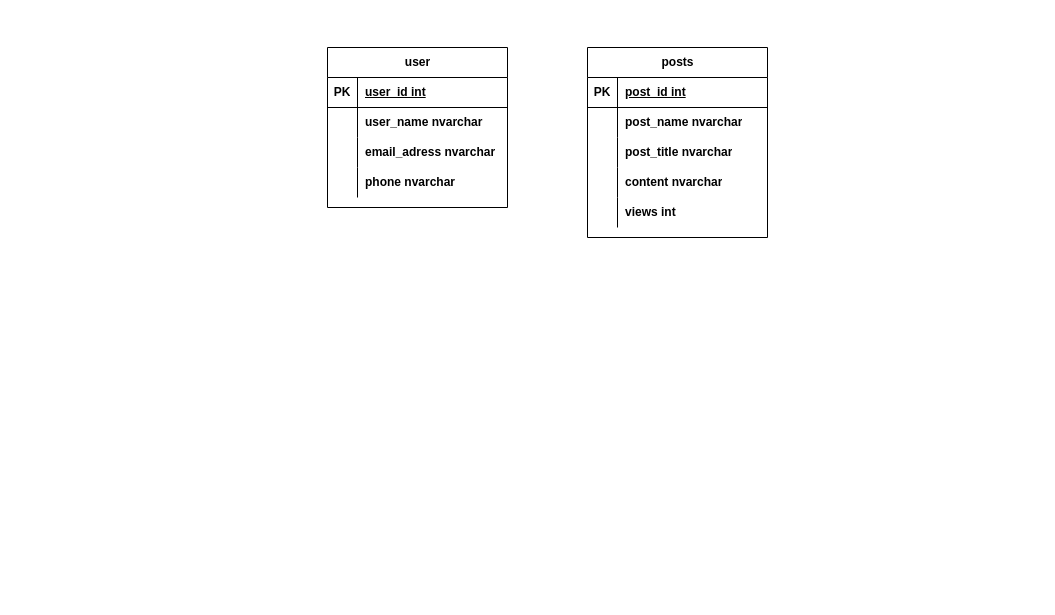
vantin97/hvtblog keeps this draw.io diagram as Untitled Diagram.drawio. Above is the earlier version. Source tidied: cells renumbered, new cells numbered last; positions are measured from the earlier drawing's top-left corner, leaving out a move shared by most shapes. Both pictures are drawn from the tidied source at 100%, with x=0, y=0 at pixel (327, 47).
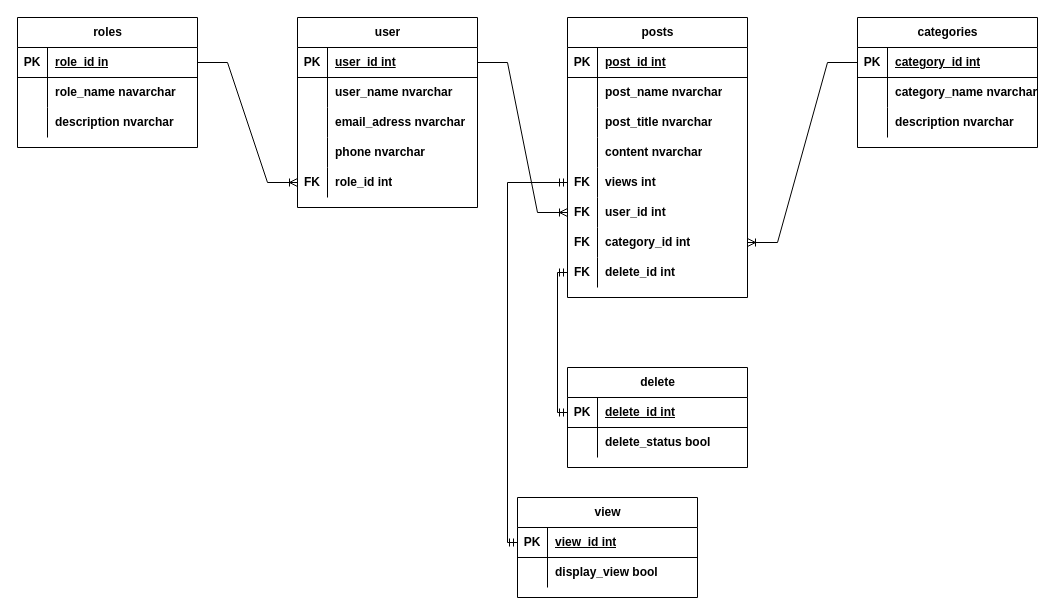
The same diagram, later.

Unchanged cells that the change refers to:
```xml
<mxCell id="3" style="shape=tableRow;horizontal=0;startSize=0;swimlaneHead=0;swimlaneBody=0;fillColor=none;points=[[0,0.5],[1,0.5]];portConstraint=eastwest;top=0;left=0;right=0;bottom=1;rounded=0;shadow=0;glass=0;labelBackgroundColor=none;labelBorderColor=none;sketch=0;strokeColor=default;html=1;" parent="2" vertex="1">
  <mxGeometry y="30" width="180" height="30" as="geometry" />
</mxCell>
<mxCell id="28" style="shape=tableRow;horizontal=0;startSize=0;swimlaneHead=0;swimlaneBody=0;fillColor=none;points=[[0,0.5],[1,0.5]];portConstraint=eastwest;top=0;left=0;right=0;bottom=0;rounded=0;shadow=0;glass=0;labelBackgroundColor=none;labelBorderColor=none;sketch=0;strokeColor=default;html=1;" parent="15" vertex="1">
  <mxGeometry y="150" width="180" height="30" as="geometry" />
</mxCell>
```

What changed in the source:
```diff
@@
     <mxCell id="2" value="user" style="shape=table;startSize=30;childLayout=tableLayout;rowLines=0;fontStyle=1;align=center;rounded=0;shadow=0;glass=0;labelBackgroundColor=none;labelBorderColor=none;sketch=0;strokeColor=default;fillColor=none;gradientColor=none;html=1;" parent="1" vertex="1">
-      <mxGeometry width="180" height="160" as="geometry" />
+      <mxGeometry x="-30" y="-30" width="180" height="190" as="geometry" />
     </mxCell>
@@
+    <mxCell id="31" style="shape=tableRow;horizontal=0;startSize=0;swimlaneHead=0;swimlaneBody=0;fillColor=none;points=[[0,0.5],[1,0.5]];portConstraint=eastwest;top=0;left=0;right=0;bottom=0;rounded=0;shadow=0;glass=0;labelBackgroundColor=none;labelBorderColor=none;sketch=0;strokeColor=default;html=1;" parent="2" vertex="1">
+      <mxGeometry y="150" width="180" height="30" as="geometry" />
+    </mxCell>
+    <mxCell id="32" value="FK" style="shape=partialRectangle;fillColor=none;top=0;left=0;bottom=0;right=0;overflow=hidden;rounded=0;shadow=0;glass=0;labelBackgroundColor=none;labelBorderColor=none;sketch=0;strokeColor=default;html=1;fontStyle=1;" parent="31" vertex="1">
+      <mxGeometry width="30" height="30" as="geometry" />
+    </mxCell>
+    <mxCell id="33" value="role_id int" style="shape=partialRectangle;fillColor=none;top=0;left=0;bottom=0;right=0;align=left;spacingLeft=6;overflow=hidden;rounded=0;shadow=0;glass=0;labelBackgroundColor=none;labelBorderColor=none;sketch=0;strokeColor=default;html=1;fontStyle=1;" parent="31" vertex="1">
+      <mxGeometry x="30" width="150" height="30" as="geometry" />
+    </mxCell>
     <mxCell id="15" value="posts" style="shape=table;startSize=30;childLayout=tableLayout;rowLines=0;fontStyle=1;align=center;rounded=0;shadow=0;glass=0;labelBackgroundColor=none;labelBorderColor=none;sketch=0;strokeColor=default;fillColor=none;gradientColor=none;html=1;" parent="1" vertex="1">
-      <mxGeometry x="260" width="180" height="190" as="geometry" />
+      <mxGeometry x="240" y="-30" width="180" height="280" as="geometry" />
     </mxCell>
@@
-    <mxCell id="29" style="shape=partialRectangle;fillColor=none;top=0;left=0;bottom=0;right=0;overflow=hidden;rounded=0;shadow=0;glass=0;labelBackgroundColor=none;labelBorderColor=none;sketch=0;strokeColor=default;html=1;" parent="28" vertex="1">
+    <mxCell id="29" value="&lt;b&gt;FK&lt;/b&gt;" style="shape=partialRectangle;fillColor=none;top=0;left=0;bottom=0;right=0;overflow=hidden;rounded=0;shadow=0;glass=0;labelBackgroundColor=none;labelBorderColor=none;sketch=0;strokeColor=default;html=1;" parent="28" vertex="1">
       <mxGeometry width="30" height="30" as="geometry" />
     </mxCell>
@@
+    <mxCell id="34" style="shape=tableRow;horizontal=0;startSize=0;swimlaneHead=0;swimlaneBody=0;fillColor=none;points=[[0,0.5],[1,0.5]];portConstraint=eastwest;top=0;left=0;right=0;bottom=0;rounded=0;shadow=0;glass=0;labelBackgroundColor=none;labelBorderColor=none;sketch=0;strokeColor=default;html=1;" parent="15" vertex="1">
+      <mxGeometry y="180" width="180" height="30" as="geometry" />
+    </mxCell>
+    <mxCell id="35" value="&lt;b&gt;FK&lt;/b&gt;" style="shape=partialRectangle;fillColor=none;top=0;left=0;bottom=0;right=0;overflow=hidden;rounded=0;shadow=0;glass=0;labelBackgroundColor=none;labelBorderColor=none;sketch=0;strokeColor=default;html=1;" parent="34" vertex="1">
+      <mxGeometry width="30" height="30" as="geometry" />
+    </mxCell>
+    <mxCell id="36" value="user_id int" style="shape=partialRectangle;fillColor=none;top=0;left=0;bottom=0;right=0;align=left;spacingLeft=6;overflow=hidden;rounded=0;shadow=0;glass=0;labelBackgroundColor=none;labelBorderColor=none;sketch=0;strokeColor=default;html=1;fontStyle=1;" parent="34" vertex="1">
+      <mxGeometry x="30" width="150" height="30" as="geometry" />
+    </mxCell>
+    <mxCell id="37" style="shape=tableRow;horizontal=0;startSize=0;swimlaneHead=0;swimlaneBody=0;fillColor=none;points=[[0,0.5],[1,0.5]];portConstraint=eastwest;top=0;left=0;right=0;bottom=0;rounded=0;shadow=0;glass=0;labelBackgroundColor=none;labelBorderColor=none;sketch=0;strokeColor=default;html=1;" parent="15" vertex="1">
+      <mxGeometry y="210" width="180" height="30" as="geometry" />
+    </mxCell>
+    <mxCell id="38" value="&lt;b&gt;FK&lt;/b&gt;" style="shape=partialRectangle;fillColor=none;top=0;left=0;bottom=0;right=0;overflow=hidden;rounded=0;shadow=0;glass=0;labelBackgroundColor=none;labelBorderColor=none;sketch=0;strokeColor=default;html=1;" parent="37" vertex="1">
+      <mxGeometry width="30" height="30" as="geometry" />
+    </mxCell>
+    <mxCell id="39" value="category_id int" style="shape=partialRectangle;fillColor=none;top=0;left=0;bottom=0;right=0;align=left;spacingLeft=6;overflow=hidden;rounded=0;shadow=0;glass=0;labelBackgroundColor=none;labelBorderColor=none;sketch=0;strokeColor=default;html=1;fontStyle=1;" parent="37" vertex="1">
+      <mxGeometry x="30" width="150" height="30" as="geometry" />
+    </mxCell>
+    <mxCell id="40" style="shape=tableRow;horizontal=0;startSize=0;swimlaneHead=0;swimlaneBody=0;fillColor=none;points=[[0,0.5],[1,0.5]];portConstraint=eastwest;top=0;left=0;right=0;bottom=0;rounded=0;shadow=0;glass=0;labelBackgroundColor=none;labelBorderColor=none;sketch=0;strokeColor=default;html=1;" parent="15" vertex="1">
+      <mxGeometry y="240" width="180" height="30" as="geometry" />
+    </mxCell>
+    <mxCell id="41" value="&lt;b&gt;FK&lt;/b&gt;" style="shape=partialRectangle;fillColor=none;top=0;left=0;bottom=0;right=0;overflow=hidden;rounded=0;shadow=0;glass=0;labelBackgroundColor=none;labelBorderColor=none;sketch=0;strokeColor=default;html=1;" parent="40" vertex="1">
+      <mxGeometry width="30" height="30" as="geometry" />
+    </mxCell>
+    <mxCell id="42" value="delete_id int" style="shape=partialRectangle;fillColor=none;top=0;left=0;bottom=0;right=0;align=left;spacingLeft=6;overflow=hidden;rounded=0;shadow=0;glass=0;labelBackgroundColor=none;labelBorderColor=none;sketch=0;strokeColor=default;html=1;fontStyle=1;" parent="40" vertex="1">
+      <mxGeometry x="30" width="150" height="30" as="geometry" />
+    </mxCell>
+    <mxCell id="43" value="categories" style="shape=table;startSize=30;childLayout=tableLayout;rowLines=0;fontStyle=1;align=center;rounded=0;shadow=0;glass=0;labelBackgroundColor=none;labelBorderColor=none;sketch=0;strokeColor=default;fillColor=none;gradientColor=none;html=1;" parent="1" vertex="1">
+      <mxGeometry x="530" y="-30" width="180" height="130" as="geometry" />
+    </mxCell>
+    <mxCell id="44" style="shape=tableRow;horizontal=0;startSize=0;swimlaneHead=0;swimlaneBody=0;fillColor=none;points=[[0,0.5],[1,0.5]];portConstraint=eastwest;top=0;left=0;right=0;bottom=1;rounded=0;shadow=0;glass=0;labelBackgroundColor=none;labelBorderColor=none;sketch=0;strokeColor=default;html=1;" parent="43" vertex="1">
+      <mxGeometry y="30" width="180" height="30" as="geometry" />
+    </mxCell>
+    <mxCell id="45" value="PK" style="shape=partialRectangle;fillColor=none;top=0;left=0;bottom=0;right=0;fontStyle=1;overflow=hidden;rounded=0;shadow=0;glass=0;labelBackgroundColor=none;labelBorderColor=none;sketch=0;strokeColor=default;html=1;" parent="44" vertex="1">
+      <mxGeometry width="30" height="30" as="geometry" />
+    </mxCell>
+    <mxCell id="46" value="category_id int" style="shape=partialRectangle;fillColor=none;top=0;left=0;bottom=0;right=0;align=left;spacingLeft=6;fontStyle=5;overflow=hidden;rounded=0;shadow=0;glass=0;labelBackgroundColor=none;labelBorderColor=none;sketch=0;strokeColor=default;html=1;" parent="44" vertex="1">
+      <mxGeometry x="30" width="150" height="30" as="geometry" />
+    </mxCell>
+    <mxCell id="47" style="shape=tableRow;horizontal=0;startSize=0;swimlaneHead=0;swimlaneBody=0;fillColor=none;top=0;left=0;right=0;bottom=0;rounded=0;shadow=0;glass=0;labelBackgroundColor=none;labelBorderColor=none;sketch=0;strokeColor=default;html=1;" parent="43" vertex="1">
+      <mxGeometry y="60" width="180" height="30" as="geometry" />
+    </mxCell>
+    <mxCell id="48" style="shape=partialRectangle;fillColor=none;top=0;left=0;bottom=0;right=0;overflow=hidden;rounded=0;shadow=0;glass=0;labelBackgroundColor=none;labelBorderColor=none;sketch=0;strokeColor=default;html=1;" parent="47" vertex="1">
+      <mxGeometry width="30" height="30" as="geometry" />
+    </mxCell>
+    <mxCell id="49" value="category_name nvarchar" style="shape=partialRectangle;fillColor=none;top=0;left=0;bottom=0;right=0;align=left;spacingLeft=6;overflow=hidden;rounded=0;shadow=0;glass=0;labelBackgroundColor=none;labelBorderColor=none;sketch=0;strokeColor=default;html=1;fontStyle=1;" parent="47" vertex="1">
+      <mxGeometry x="30" width="150" height="30" as="geometry" />
+    </mxCell>
+    <mxCell id="50" style="shape=tableRow;horizontal=0;startSize=0;swimlaneHead=0;swimlaneBody=0;fillColor=none;top=0;left=0;right=0;bottom=0;rounded=0;shadow=0;glass=0;labelBackgroundColor=none;labelBorderColor=none;sketch=0;strokeColor=default;html=1;" parent="43" vertex="1">
+      <mxGeometry y="90" width="180" height="30" as="geometry" />
+    </mxCell>
+    <mxCell id="51" style="shape=partialRectangle;fillColor=none;top=0;left=0;bottom=0;right=0;overflow=hidden;rounded=0;shadow=0;glass=0;labelBackgroundColor=none;labelBorderColor=none;sketch=0;strokeColor=default;html=1;" parent="50" vertex="1">
+      <mxGeometry width="30" height="30" as="geometry" />
+    </mxCell>
+    <mxCell id="52" value="description nvarchar" style="shape=partialRectangle;fillColor=none;top=0;left=0;bottom=0;right=0;align=left;spacingLeft=6;overflow=hidden;rounded=0;shadow=0;glass=0;labelBackgroundColor=none;labelBorderColor=none;sketch=0;strokeColor=default;html=1;fontStyle=1;" parent="50" vertex="1">
+      <mxGeometry x="30" width="150" height="30" as="geometry" />
+    </mxCell>
+    <mxCell id="53" value="roles" style="shape=table;startSize=30;childLayout=tableLayout;rowLines=0;fontStyle=1;align=center;rounded=0;shadow=0;glass=0;labelBackgroundColor=none;labelBorderColor=none;sketch=0;strokeColor=default;fillColor=none;gradientColor=none;html=1;" parent="1" vertex="1">
+      <mxGeometry x="-310" y="-30" width="180" height="130" as="geometry" />
+    </mxCell>
+    <mxCell id="54" style="shape=tableRow;horizontal=0;startSize=0;swimlaneHead=0;swimlaneBody=0;fillColor=none;points=[[0,0.5],[1,0.5]];portConstraint=eastwest;top=0;left=0;right=0;bottom=1;rounded=0;shadow=0;glass=0;labelBackgroundColor=none;labelBorderColor=none;sketch=0;strokeColor=default;html=1;" parent="53" vertex="1">
+      <mxGeometry y="30" width="180" height="30" as="geometry" />
+    </mxCell>
+    <mxCell id="55" value="PK" style="shape=partialRectangle;fillColor=none;top=0;left=0;bottom=0;right=0;fontStyle=1;overflow=hidden;rounded=0;shadow=0;glass=0;labelBackgroundColor=none;labelBorderColor=none;sketch=0;strokeColor=default;html=1;" parent="54" vertex="1">
+      <mxGeometry width="30" height="30" as="geometry" />
+    </mxCell>
+    <mxCell id="56" value="role_id in" style="shape=partialRectangle;fillColor=none;top=0;left=0;bottom=0;right=0;align=left;spacingLeft=6;fontStyle=5;overflow=hidden;rounded=0;shadow=0;glass=0;labelBackgroundColor=none;labelBorderColor=none;sketch=0;strokeColor=none;html=1;" parent="54" vertex="1">
+      <mxGeometry x="30" width="150" height="30" as="geometry" />
+    </mxCell>
+    <mxCell id="57" style="shape=tableRow;horizontal=0;startSize=0;swimlaneHead=0;swimlaneBody=0;fillColor=none;top=0;left=0;right=0;bottom=0;rounded=0;shadow=0;glass=0;labelBackgroundColor=none;labelBorderColor=none;sketch=0;strokeColor=default;html=1;" parent="53" vertex="1">
+      <mxGeometry y="60" width="180" height="30" as="geometry" />
+    </mxCell>
+    <mxCell id="58" style="shape=partialRectangle;fillColor=none;top=0;left=0;bottom=0;right=0;overflow=hidden;rounded=0;shadow=0;glass=0;labelBackgroundColor=none;labelBorderColor=none;sketch=0;strokeColor=default;html=1;" parent="57" vertex="1">
+      <mxGeometry width="30" height="30" as="geometry" />
+    </mxCell>
+    <mxCell id="59" value="role_name navarchar" style="shape=partialRectangle;fillColor=none;top=0;left=0;bottom=0;right=0;align=left;spacingLeft=6;overflow=hidden;rounded=0;shadow=0;glass=0;labelBackgroundColor=none;labelBorderColor=none;sketch=0;strokeColor=default;html=1;fontStyle=1;" parent="57" vertex="1">
+      <mxGeometry x="30" width="150" height="30" as="geometry" />
+    </mxCell>
+    <mxCell id="60" style="shape=tableRow;horizontal=0;startSize=0;swimlaneHead=0;swimlaneBody=0;fillColor=none;top=0;left=0;right=0;bottom=0;rounded=0;shadow=0;glass=0;labelBackgroundColor=none;labelBorderColor=none;sketch=0;strokeColor=default;html=1;" parent="53" vertex="1">
+      <mxGeometry y="90" width="180" height="30" as="geometry" />
+    </mxCell>
+    <mxCell id="61" style="shape=partialRectangle;fillColor=none;top=0;left=0;bottom=0;right=0;overflow=hidden;rounded=0;shadow=0;glass=0;labelBackgroundColor=none;labelBorderColor=none;sketch=0;strokeColor=default;html=1;" parent="60" vertex="1">
+      <mxGeometry width="30" height="30" as="geometry" />
+    </mxCell>
+    <mxCell id="62" value="description nvarchar" style="shape=partialRectangle;fillColor=none;top=0;left=0;bottom=0;right=0;align=left;spacingLeft=6;overflow=hidden;rounded=0;shadow=0;glass=0;labelBackgroundColor=none;labelBorderColor=none;sketch=0;strokeColor=default;html=1;fontStyle=1;" parent="60" vertex="1">
+      <mxGeometry x="30" width="150" height="30" as="geometry" />
+    </mxCell>
+    <mxCell id="63" style="edgeStyle=entityRelationEdgeStyle;fontSize=12;html=1;endArrow=ERoneToMany;rounded=0;fontColor=#FFFFFF;exitX=1;exitY=0.5;exitDx=0;exitDy=0;entryX=0;entryY=0.5;entryDx=0;entryDy=0;" parent="1" edge="1" source="54" target="31">
+      <mxGeometry relative="1" as="geometry" />
+    </mxCell>
+    <mxCell id="64" style="edgeStyle=entityRelationEdgeStyle;fontSize=12;html=1;endArrow=ERoneToMany;rounded=0;fontColor=#FFFFFF;exitX=1;exitY=0.5;exitDx=0;exitDy=0;entryX=0;entryY=0.5;entryDx=0;entryDy=0;" parent="1" edge="1" source="3" target="34">
+      <mxGeometry relative="1" as="geometry" />
+    </mxCell>
+    <mxCell id="65" style="edgeStyle=entityRelationEdgeStyle;fontSize=12;html=1;endArrow=ERoneToMany;rounded=0;fontColor=#FFFFFF;exitX=0;exitY=0.5;exitDx=0;exitDy=0;entryX=1;entryY=0.5;entryDx=0;entryDy=0;" parent="1" edge="1" source="44" target="37">
+      <mxGeometry relative="1" as="geometry" />
+    </mxCell>
+    <mxCell id="66" value="view" style="shape=table;startSize=30;childLayout=tableLayout;rowLines=0;fontStyle=1;align=center;rounded=0;shadow=0;glass=0;labelBackgroundColor=none;labelBorderColor=none;sketch=0;strokeColor=default;fillColor=none;gradientColor=none;html=1;" parent="1" vertex="1">
+      <mxGeometry x="190" y="450" width="180" height="100" as="geometry" />
+    </mxCell>
+    <mxCell id="67" style="shape=tableRow;horizontal=0;startSize=0;swimlaneHead=0;swimlaneBody=0;fillColor=none;points=[[0,0.5],[1,0.5]];portConstraint=eastwest;top=0;left=0;right=0;bottom=1;rounded=0;shadow=0;glass=0;labelBackgroundColor=none;labelBorderColor=none;sketch=0;strokeColor=default;html=1;" parent="66" vertex="1">
+      <mxGeometry y="30" width="180" height="30" as="geometry" />
+    </mxCell>
+    <mxCell id="68" value="PK" style="shape=partialRectangle;fillColor=none;top=0;left=0;bottom=0;right=0;fontStyle=1;overflow=hidden;rounded=0;shadow=0;glass=0;labelBackgroundColor=none;labelBorderColor=none;sketch=0;strokeColor=default;html=1;" parent="67" vertex="1">
+      <mxGeometry width="30" height="30" as="geometry" />
+    </mxCell>
+    <mxCell id="69" value="view_id int" style="shape=partialRectangle;fillColor=none;top=0;left=0;bottom=0;right=0;align=left;spacingLeft=6;fontStyle=5;overflow=hidden;rounded=0;shadow=0;glass=0;labelBackgroundColor=none;labelBorderColor=none;sketch=0;strokeColor=default;html=1;" parent="67" vertex="1">
+      <mxGeometry x="30" width="150" height="30" as="geometry" />
+    </mxCell>
+    <mxCell id="70" style="shape=tableRow;horizontal=0;startSize=0;swimlaneHead=0;swimlaneBody=0;fillColor=none;top=0;left=0;right=0;bottom=0;rounded=0;shadow=0;glass=0;labelBackgroundColor=none;labelBorderColor=none;sketch=0;strokeColor=default;html=1;" parent="66" vertex="1">
+      <mxGeometry y="60" width="180" height="30" as="geometry" />
+    </mxCell>
+    <mxCell id="71" style="shape=partialRectangle;fillColor=none;top=0;left=0;bottom=0;right=0;overflow=hidden;rounded=0;shadow=0;glass=0;labelBackgroundColor=none;labelBorderColor=none;sketch=0;strokeColor=default;html=1;" parent="70" vertex="1">
+      <mxGeometry width="30" height="30" as="geometry" />
+    </mxCell>
+    <mxCell id="72" value="display_view bool" style="shape=partialRectangle;fillColor=none;top=0;left=0;bottom=0;right=0;align=left;spacingLeft=6;overflow=hidden;rounded=0;shadow=0;glass=0;labelBackgroundColor=none;labelBorderColor=none;sketch=0;strokeColor=default;html=1;fontStyle=1;" parent="70" vertex="1">
+      <mxGeometry x="30" width="150" height="30" as="geometry" />
+    </mxCell>
+    <mxCell id="73" value="delete" style="shape=table;startSize=30;childLayout=tableLayout;rowLines=0;fontStyle=1;align=center;rounded=0;shadow=0;glass=0;labelBackgroundColor=none;labelBorderColor=none;sketch=0;strokeColor=default;fillColor=none;gradientColor=none;html=1;" parent="1" vertex="1">
+      <mxGeometry x="240" y="320" width="180" height="100" as="geometry" />
+    </mxCell>
+    <mxCell id="74" style="shape=tableRow;horizontal=0;startSize=0;swimlaneHead=0;swimlaneBody=0;fillColor=none;points=[[0,0.5],[1,0.5]];portConstraint=eastwest;top=0;left=0;right=0;bottom=1;rounded=0;shadow=0;glass=0;labelBackgroundColor=none;labelBorderColor=none;sketch=0;strokeColor=default;html=1;" parent="73" vertex="1">
+      <mxGeometry y="30" width="180" height="30" as="geometry" />
+    </mxCell>
+    <mxCell id="75" value="PK" style="shape=partialRectangle;fillColor=none;top=0;left=0;bottom=0;right=0;fontStyle=1;overflow=hidden;rounded=0;shadow=0;glass=0;labelBackgroundColor=none;labelBorderColor=none;sketch=0;strokeColor=default;html=1;" parent="74" vertex="1">
+      <mxGeometry width="30" height="30" as="geometry" />
+    </mxCell>
+    <mxCell id="76" value="delete_id int" style="shape=partialRectangle;fillColor=none;top=0;left=0;bottom=0;right=0;align=left;spacingLeft=6;fontStyle=5;overflow=hidden;rounded=0;shadow=0;glass=0;labelBackgroundColor=none;labelBorderColor=none;sketch=0;strokeColor=default;html=1;" parent="74" vertex="1">
+      <mxGeometry x="30" width="150" height="30" as="geometry" />
+    </mxCell>
+    <mxCell id="77" style="shape=tableRow;horizontal=0;startSize=0;swimlaneHead=0;swimlaneBody=0;fillColor=none;top=0;left=0;right=0;bottom=0;rounded=0;shadow=0;glass=0;labelBackgroundColor=none;labelBorderColor=none;sketch=0;strokeColor=default;html=1;" parent="73" vertex="1">
+      <mxGeometry y="60" width="180" height="30" as="geometry" />
+    </mxCell>
+    <mxCell id="78" style="shape=partialRectangle;fillColor=none;top=0;left=0;bottom=0;right=0;overflow=hidden;rounded=0;shadow=0;glass=0;labelBackgroundColor=none;labelBorderColor=none;sketch=0;strokeColor=default;html=1;" parent="77" vertex="1">
+      <mxGeometry width="30" height="30" as="geometry" />
+    </mxCell>
+    <mxCell id="79" value="delete_status bool" style="shape=partialRectangle;fillColor=none;top=0;left=0;bottom=0;right=0;align=left;spacingLeft=6;overflow=hidden;rounded=0;shadow=0;glass=0;labelBackgroundColor=none;labelBorderColor=none;sketch=0;strokeColor=default;html=1;fontStyle=1;" parent="77" vertex="1">
+      <mxGeometry x="30" width="150" height="30" as="geometry" />
+    </mxCell>
+    <mxCell id="80" style="edgeStyle=orthogonalEdgeStyle;fontSize=12;html=1;endArrow=ERmandOne;startArrow=ERmandOne;rounded=0;fontColor=#FFFFFF;entryX=0;entryY=0.5;entryDx=0;entryDy=0;exitX=0;exitY=0.5;exitDx=0;exitDy=0;" parent="1" edge="1" source="28" target="67">
+      <mxGeometry relative="1" as="geometry" />
+    </mxCell>
+    <mxCell id="81" style="fontSize=12;html=1;endArrow=ERmandOne;startArrow=ERmandOne;rounded=0;fontColor=#FFFFFF;exitX=0;exitY=0.5;exitDx=0;exitDy=0;entryX=0;entryY=0.5;entryDx=0;entryDy=0;edgeStyle=orthogonalEdgeStyle;" parent="1" edge="1" source="74" target="40">
+      <mxGeometry relative="1" as="geometry" />
+    </mxCell>
```
